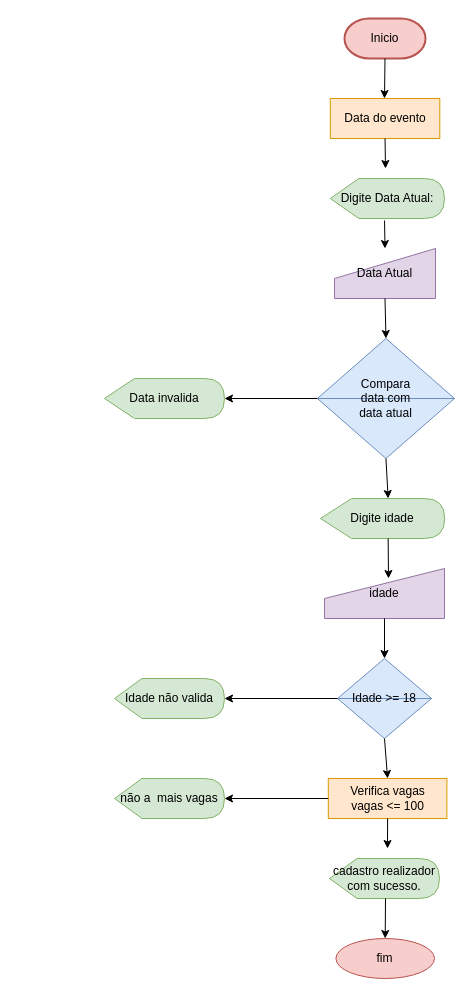
Before: Untitled Diagram.drawio in Feelps333/atividade-1-fluxograma, a draw.io diagram. Source tidied: cells renumbered, new cells numbered last; positions are measured from the earlier drawing's top-left corner, leaving out a move shared by most shapes. Both pictures are drawn from the tidied source at 100%, with x=0, y=0 at pixel (104, 18).
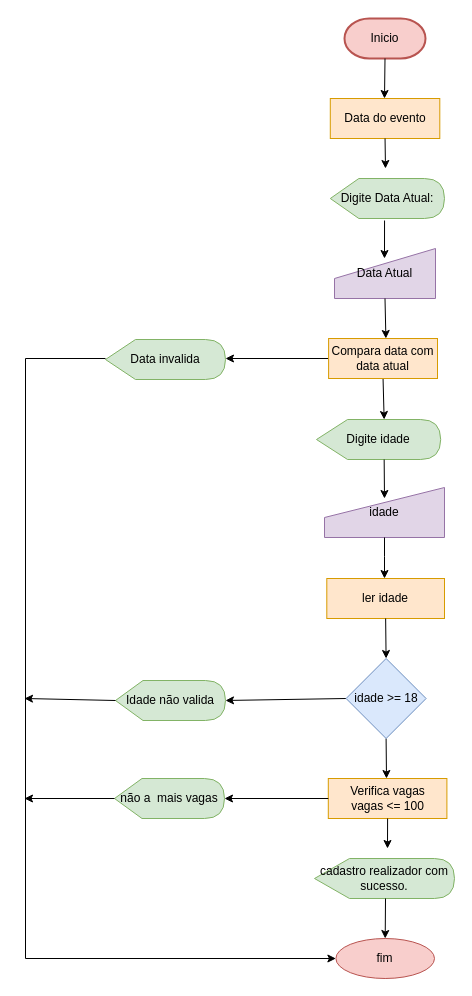
The same page after the edit.

Unchanged cells that the change refers to:
```xml
<mxCell id="5" value="Digite Data Atual:" style="shape=display;whiteSpace=wrap;html=1;fillColor=#d5e8d4;strokeColor=#82b366;" parent="1" vertex="1">
  <mxGeometry x="225.8" y="160" width="114.2" height="40" as="geometry" />
</mxCell>
<mxCell id="6" value="Data Atual" style="shape=manualInput;whiteSpace=wrap;html=1;fillColor=#e1d5e7;strokeColor=#9673a6;" parent="1" vertex="1">
  <mxGeometry x="230" y="230" width="101" height="50" as="geometry" />
</mxCell>
<mxCell id="13" value="&lt;div&gt;Verifica vagas&lt;/div&gt;&lt;div&gt;vagas &amp;lt;= 100&lt;br&gt;&lt;/div&gt;" style="rounded=0;whiteSpace=wrap;html=1;fillColor=#ffe6cc;strokeColor=#d79b00;" parent="1" vertex="1">
  <mxGeometry x="223.8" y="760" width="118.6" height="40" as="geometry" />
</mxCell>
<mxCell id="14" value="não a&amp;nbsp; mais vagas" style="shape=display;whiteSpace=wrap;html=1;fillColor=#d5e8d4;strokeColor=#82b366;" parent="1" vertex="1">
  <mxGeometry x="10" y="760" width="110" height="40" as="geometry" />
</mxCell>
<mxCell id="16" value="fim" style="ellipse;whiteSpace=wrap;html=1;fillColor=#f8cecc;strokeColor=#b85450;" parent="1" vertex="1">
  <mxGeometry x="231.4" y="920" width="98.6" height="40" as="geometry" />
</mxCell>
```

What changed in the source:
```diff
@@
-    <mxCell id="7" value="&lt;div&gt;Compara&lt;/div&gt;&lt;div&gt;data com&lt;/div&gt;&lt;div&gt;data atual&lt;br&gt;&lt;/div&gt;" style="shape=sortShape;perimeter=rhombusPerimeter;whiteSpace=wrap;html=1;fillColor=#dae8fc;strokeColor=#6c8ebf;" parent="1" vertex="1">
-      <mxGeometry x="212.9" y="320" width="137.1" height="120" as="geometry" />
-    </mxCell>
     <mxCell id="8" value="Data invalida" style="shape=display;whiteSpace=wrap;html=1;fillColor=#d5e8d4;strokeColor=#82b366;" parent="1" vertex="1">
-      <mxGeometry y="360" width="120" height="40" as="geometry" />
+      <mxGeometry x="1" y="321" width="120" height="40" as="geometry" />
     </mxCell>
     <mxCell id="9" value="Digite idade" style="shape=display;whiteSpace=wrap;html=1;fillColor=#d5e8d4;strokeColor=#82b366;" parent="1" vertex="1">
-      <mxGeometry x="216" y="480" width="124.2" height="40" as="geometry" />
+      <mxGeometry x="212" y="401" width="124.2" height="40" as="geometry" />
     </mxCell>
     <mxCell id="10" value="idade" style="shape=manualInput;whiteSpace=wrap;html=1;fillColor=#e1d5e7;strokeColor=#9673a6;" parent="1" vertex="1">
-      <mxGeometry x="220" y="550" width="120" height="50" as="geometry" />
+      <mxGeometry x="220" y="469" width="120" height="50" as="geometry" />
     </mxCell>
-    <mxCell id="11" value="Idade &amp;gt;= 18" style="shape=sortShape;perimeter=rhombusPerimeter;whiteSpace=wrap;html=1;fillColor=#dae8fc;strokeColor=#6c8ebf;" parent="1" vertex="1">
-      <mxGeometry x="233" y="640" width="94" height="80" as="geometry" />
-    </mxCell>
     <mxCell id="12" value="Idade não valida" style="shape=display;whiteSpace=wrap;html=1;fillColor=#d5e8d4;strokeColor=#82b366;" parent="1" vertex="1">
-      <mxGeometry x="10" y="660" width="110" height="40" as="geometry" />
+      <mxGeometry x="11" y="662" width="110" height="40" as="geometry" />
     </mxCell>
@@
     <mxCell id="15" value="cadastro realizador com sucesso." style="shape=display;whiteSpace=wrap;html=1;fillColor=#d5e8d4;strokeColor=#82b366;" parent="1" vertex="1">
-      <mxGeometry x="225" y="840" width="110" height="40" as="geometry" />
+      <mxGeometry x="210" y="840" width="140" height="40" as="geometry" />
     </mxCell>
@@
-    <mxCell id="18" style="endArrow=classic;html=1;rounded=0;exitX=0.5;exitY=1;exitDx=0;exitDy=0;entryX=0.5;entryY=0;entryDx=0;entryDy=0;" parent="1" edge="1" source="6" target="7">
-      <mxGeometry relative="1" as="geometry" />
+    <mxCell id="18" style="endArrow=classic;html=1;rounded=0;exitX=0.5;exitY=1;exitDx=0;exitDy=0;entryX=0.5;entryY=0;entryDx=0;entryDy=0;" parent="1" edge="1" source="6">
+      <mxGeometry relative="1" as="geometry">
+        <mxPoint x="281.4" y="320" as="targetPoint" />
+      </mxGeometry>
     </mxCell>
-    <mxCell id="19" style="endArrow=classic;html=1;rounded=0;exitX=0.475;exitY=1.05;exitDx=0;exitDy=0;exitPerimeter=0;entryX=0.5;entryY=0;entryDx=0;entryDy=0;" parent="1" edge="1" source="5" target="6">
-      <mxGeometry relative="1" as="geometry" />
+    <mxCell id="19" style="endArrow=classic;html=1;rounded=0;exitX=0.475;exitY=1.05;exitDx=0;exitDy=0;exitPerimeter=0;" parent="1" edge="1" source="5">
+      <mxGeometry relative="1" as="geometry">
+        <mxPoint x="280" y="240" as="targetPoint" />
+      </mxGeometry>
     </mxCell>
@@
     <mxCell id="22" style="endArrow=classic;html=1;rounded=0;exitX=0;exitY=0;exitDx=67.65625;exitDy=40;exitPerimeter=0;" parent="1" edge="1" source="9">
       <mxGeometry relative="1" as="geometry">
-        <mxPoint x="284" y="560" as="targetPoint" />
+        <mxPoint x="280" y="480" as="targetPoint" />
       </mxGeometry>
     </mxCell>
-    <mxCell id="23" style="endArrow=classic;html=1;rounded=0;exitX=0.5;exitY=1;exitDx=0;exitDy=0;entryX=0.5;entryY=0;entryDx=0;entryDy=0;" parent="1" edge="1" source="10" target="11">
-      <mxGeometry relative="1" as="geometry" />
+    <mxCell id="23" style="endArrow=classic;html=1;rounded=0;exitX=0.5;exitY=1;exitDx=0;exitDy=0;" parent="1" edge="1" source="10">
+      <mxGeometry relative="1" as="geometry">
+        <mxPoint x="280" y="560" as="targetPoint" />
+        <Array as="points">
+          <mxPoint x="280" y="538" />
+        </Array>
+      </mxGeometry>
     </mxCell>
-    <mxCell id="24" style="endArrow=classic;html=1;rounded=0;exitX=0.5;exitY=1;exitDx=0;exitDy=0;entryX=0.5;entryY=0;entryDx=0;entryDy=0;" parent="1" edge="1" source="11" target="13">
-      <mxGeometry relative="1" as="geometry" />
+    <mxCell id="24" style="endArrow=classic;html=1;rounded=0;exitX=0.5;exitY=1;exitDx=0;exitDy=0;" parent="1" edge="1" source="29">
+      <mxGeometry relative="1" as="geometry">
+        <mxPoint x="282" y="760" as="targetPoint" />
+      </mxGeometry>
     </mxCell>
-    <mxCell id="25" style="endArrow=classic;html=1;rounded=0;exitX=0;exitY=0.5;exitDx=0;exitDy=0;entryX=1;entryY=0.5;entryDx=0;entryDy=0;entryPerimeter=0;" parent="1" edge="1" source="11" target="12">
+    <mxCell id="25" style="endArrow=classic;html=1;rounded=0;exitX=0;exitY=0.5;exitDx=0;exitDy=0;entryX=1;entryY=0.5;entryDx=0;entryDy=0;entryPerimeter=0;" parent="1" edge="1" source="29" target="12">
       <mxGeometry relative="1" as="geometry" />
     </mxCell>
-    <mxCell id="26" style="endArrow=classic;html=1;rounded=0;exitX=0;exitY=0.5;exitDx=0;exitDy=0;entryX=1;entryY=0.5;entryDx=0;entryDy=0;entryPerimeter=0;" parent="1" edge="1" source="7" target="8">
-      <mxGeometry relative="1" as="geometry" />
+    <mxCell id="26" style="endArrow=classic;html=1;rounded=0;exitX=0;exitY=0.5;exitDx=0;exitDy=0;entryX=1;entryY=0.5;entryDx=0;entryDy=0;entryPerimeter=0;" parent="1" edge="1" source="7">
+      <mxGeometry relative="1" as="geometry">
+        <mxPoint x="121" y="340" as="targetPoint" />
+      </mxGeometry>
     </mxCell>
@@
+    <mxCell id="29" value="idade &amp;gt;= 18" style="rhombus;whiteSpace=wrap;html=1;fillColor=#dae8fc;strokeColor=#6c8ebf;" parent="1" vertex="1">
+      <mxGeometry x="241.6" y="640" width="80" height="80" as="geometry" />
+    </mxCell>
+    <mxCell id="7" value="Compara data com data atual" style="rounded=0;whiteSpace=wrap;html=1;fillColor=#ffe6cc;strokeColor=#d79b00;" parent="1" vertex="1">
+      <mxGeometry x="224.1" y="320" width="108.9" height="40" as="geometry" />
+    </mxCell>
+    <mxCell id="30" value="ler idade" style="rounded=0;whiteSpace=wrap;html=1;fillColor=#ffe6cc;strokeColor=#d79b00;" parent="1" vertex="1">
+      <mxGeometry x="222.3" y="560" width="117.7" height="40" as="geometry" />
+    </mxCell>
+    <mxCell id="31" style="endArrow=classic;html=1;rounded=0;exitX=0.5;exitY=1;exitDx=0;exitDy=0;entryX=0.5;entryY=0;entryDx=0;entryDy=0;" parent="1" edge="1" source="30" target="29">
+      <mxGeometry relative="1" as="geometry" />
+    </mxCell>
+    <mxCell id="32" style="endArrow=classic;html=1;rounded=0;entryX=0;entryY=0.5;entryDx=0;entryDy=0;" parent="1" edge="1" target="16">
+      <mxGeometry relative="1" as="geometry">
+        <mxPoint x="1" y="340" as="sourcePoint" />
+        <Array as="points">
+          <mxPoint x="-79" y="340" />
+          <mxPoint x="-79" y="940" />
+        </Array>
+      </mxGeometry>
+    </mxCell>
+    <mxCell id="33" style="endArrow=classic;html=1;rounded=0;exitX=0;exitY=0.5;exitDx=0;exitDy=0;exitPerimeter=0;" parent="1" edge="1" source="12">
+      <mxGeometry relative="1" as="geometry">
+        <mxPoint x="-80" y="680" as="targetPoint" />
+      </mxGeometry>
+    </mxCell>
+    <mxCell id="34" style="endArrow=classic;html=1;rounded=0;exitX=0;exitY=0.5;exitDx=0;exitDy=0;exitPerimeter=0;" parent="1" edge="1" source="14">
+      <mxGeometry relative="1" as="geometry">
+        <mxPoint x="-80" y="780" as="targetPoint" />
+      </mxGeometry>
+    </mxCell>
```
